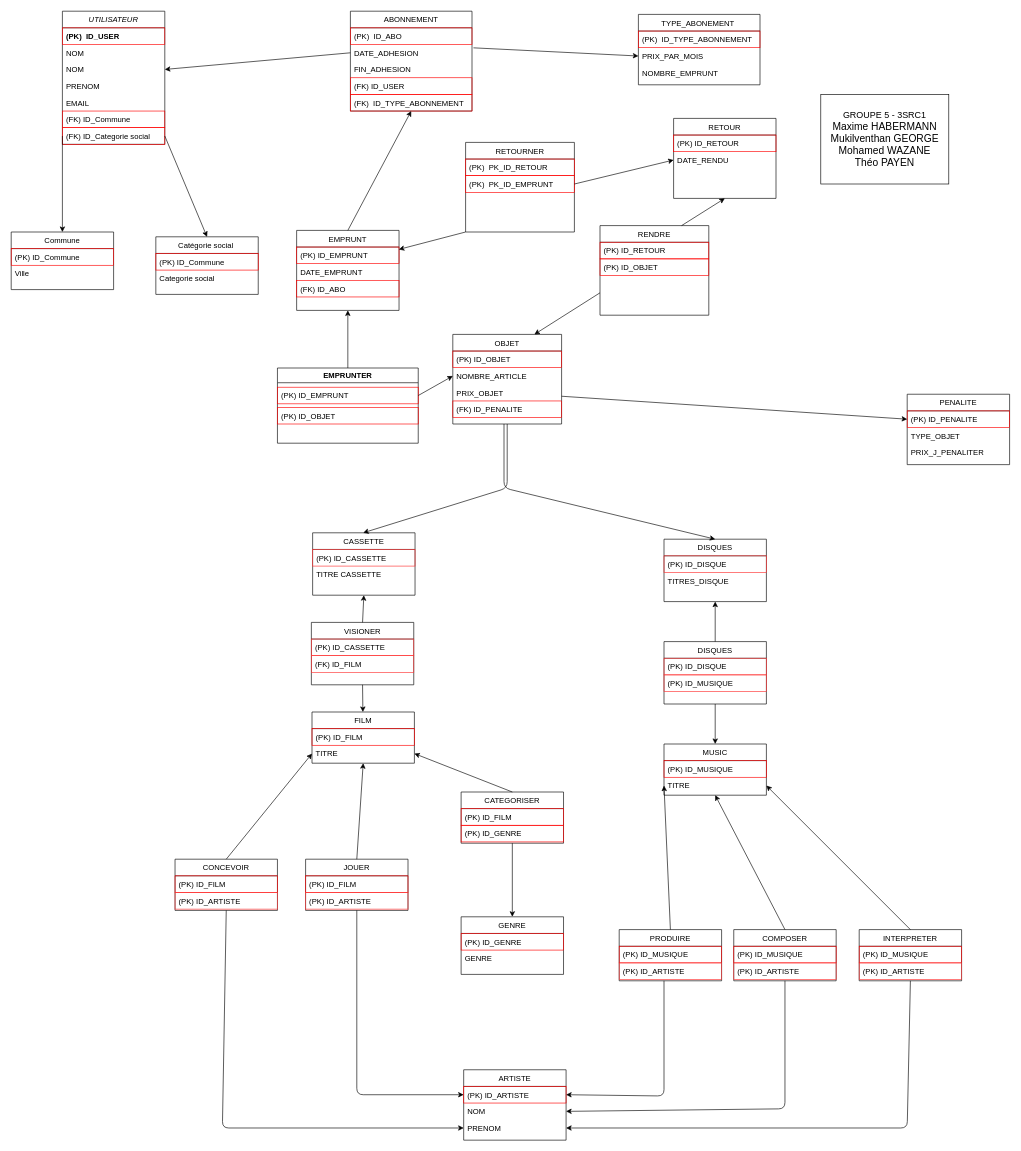
This is page "MPD VERSION FINALE" (4 of 4) of Proje BDD-2-2.drawio from GMukilventhan/Projet-BDD-SRC-21-22, a draw.io file, before an edit. Source tidied: cells renumbered, new cells numbered last; positions are measured from the earlier drawing's top-left corner, leaving out a move shared by most shapes. Both pictures are drawn from the tidied source at 64%, with x=0, y=0 at pixel (11, 11).
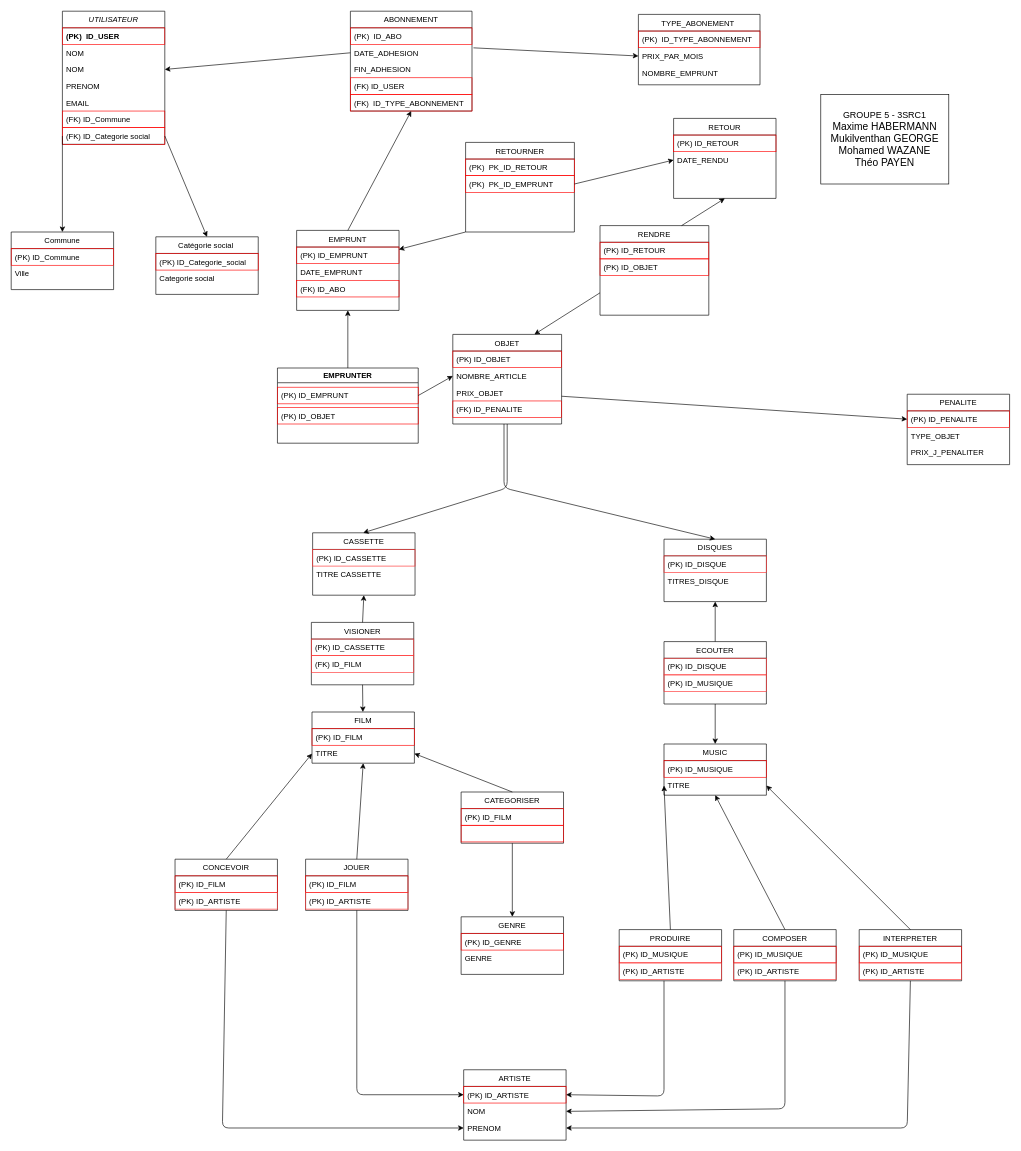
After the change.

Unchanged cells that the change refers to:
```xml
<mxCell id="38" value="Catégorie social " style="swimlane;fontStyle=0;align=center;verticalAlign=top;horizontal=1;startSize=26;rounded=0;shadow=0;strokeWidth=1;" parent="1" vertex="1">
  <mxGeometry x="226" y="352.5" width="160" height="90" as="geometry" />
</mxCell>
<mxCell id="90" value="CATEGORISER" style="swimlane;fontStyle=0;align=center;verticalAlign=top;horizontal=1;startSize=26;rounded=0;shadow=0;strokeWidth=1;" parent="1" vertex="1">
  <mxGeometry x="703" y="1220" width="160" height="80" as="geometry" />
</mxCell>
```

Diff of the diagram source:
```diff
@@
-    <mxCell id="39" value="(PK) ID_Commune" style="text;align=left;verticalAlign=top;spacingLeft=4;spacingRight=4;overflow=hidden;strokeColor=#FF0000;" parent="38" vertex="1">
+    <mxCell id="39" value="(PK) ID_Categorie_social" style="text;align=left;verticalAlign=top;spacingLeft=4;spacingRight=4;overflow=hidden;strokeColor=#FF0000;" parent="38" vertex="1">
       <mxGeometry y="26" width="160" height="26" as="geometry" />
     </mxCell>
@@
-    <mxCell id="83" value="DISQUES" style="swimlane;fontStyle=0;align=center;verticalAlign=top;horizontal=1;startSize=26;rounded=0;shadow=0;strokeWidth=1;" parent="1" vertex="1">
+    <mxCell id="83" value="ECOUTER" style="swimlane;fontStyle=0;align=center;verticalAlign=top;horizontal=1;startSize=26;rounded=0;shadow=0;strokeWidth=1;" parent="1" vertex="1">
       <mxGeometry x="1020" y="985" width="160" height="97.5" as="geometry" />
     </mxCell>
@@
-    <mxCell id="92" value="(PK) ID_GENRE" style="text;align=left;verticalAlign=top;spacingLeft=4;spacingRight=4;overflow=hidden;strokeColor=#FF0000;" parent="90" vertex="1">
+    <mxCell id="92" style="text;align=left;verticalAlign=top;spacingLeft=4;spacingRight=4;overflow=hidden;strokeColor=#FF0000;" parent="90" vertex="1">
       <mxGeometry y="52" width="160" height="26" as="geometry" />
     </mxCell>
```
